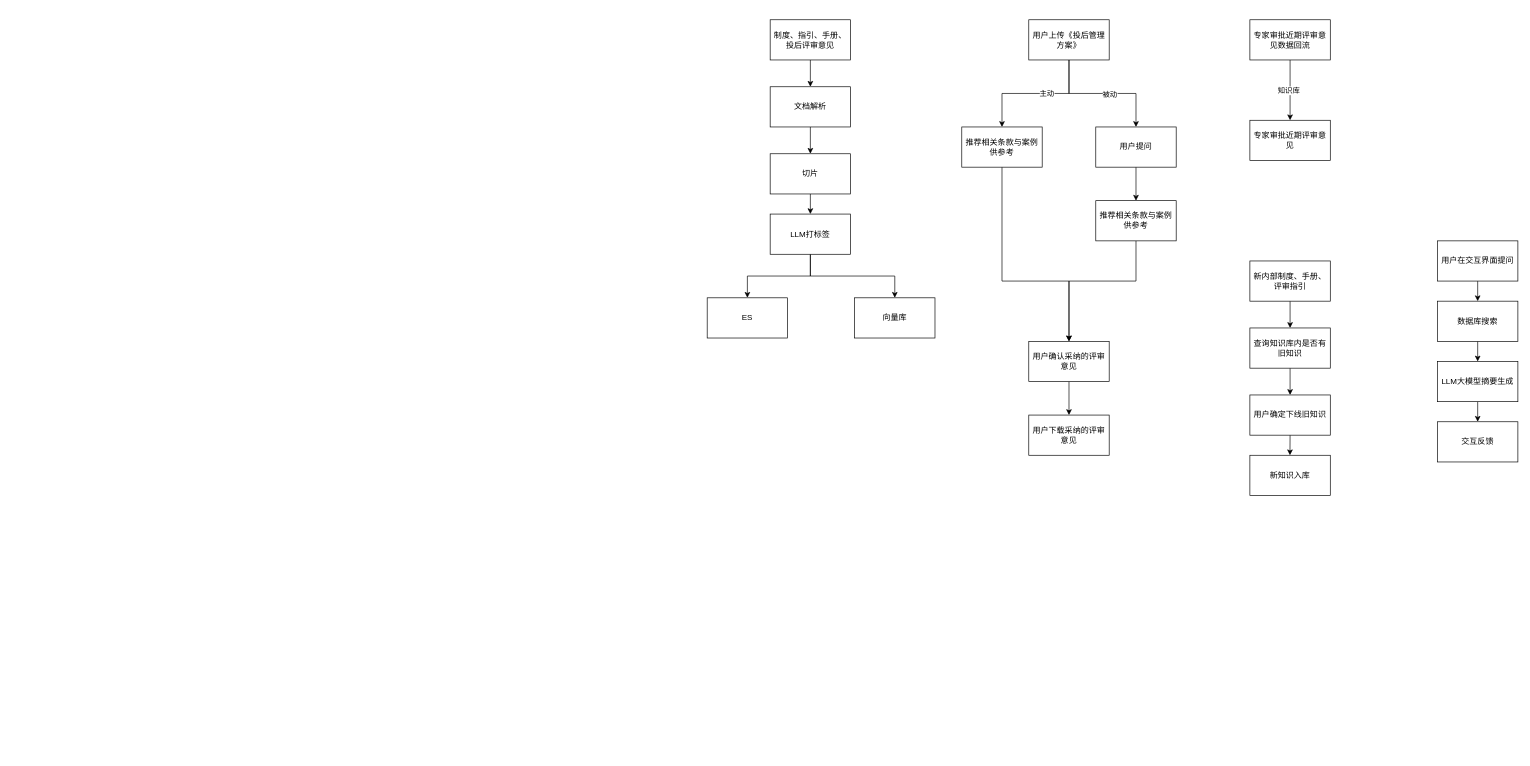
archwolf118/AI keeps this draw.io diagram as 未命名绘图.drawio. Above is the earlier version. Source tidied: cells renumbered, new cells numbered last; positions are measured from the earlier drawing's top-left corner, leaving out a move shared by most shapes. Both pictures are drawn from the tidied source at 67%, with x=0, y=0 at pixel (707, 19).
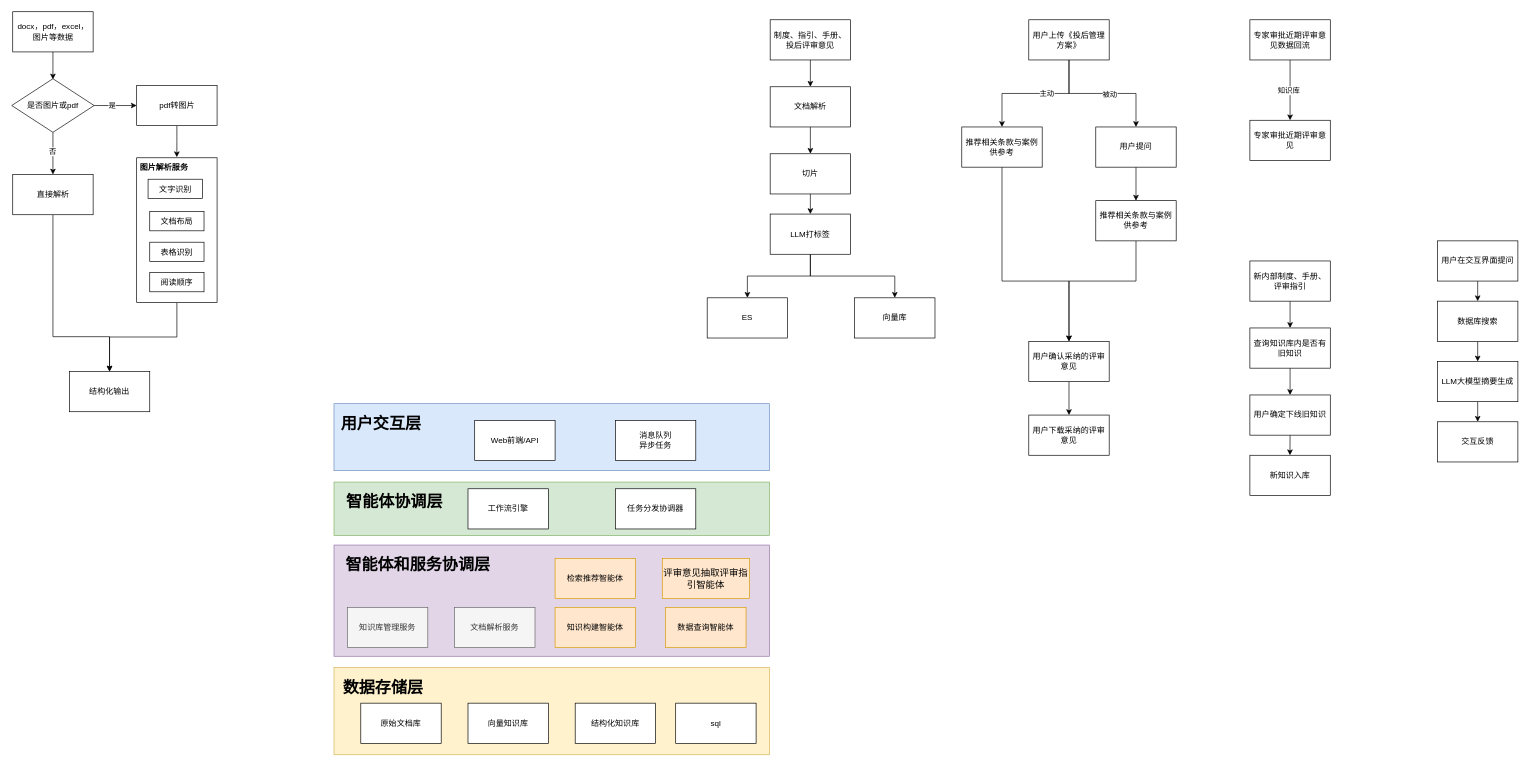
The same page after the edit.

Commit message:
更新未命名绘图.drawio

What changed in the source:
```diff
@@
+    <mxCell id="45" style="rounded=0;whiteSpace=wrap;html=1;align=left;fillColor=#fff2cc;strokeColor=#d6b656;" parent="1" vertex="1">
+      <mxGeometry x="-557" y="967" width="650" height="130" as="geometry" />
+    </mxCell>
+    <mxCell id="46" style="rounded=0;whiteSpace=wrap;html=1;align=left;fillColor=#dae8fc;strokeColor=#6c8ebf;" parent="1" vertex="1">
+      <mxGeometry x="-557" y="573" width="650" height="100" as="geometry" />
+    </mxCell>
@@
+    <mxCell id="47" value="Web前端/API" style="rounded=0;whiteSpace=wrap;html=1;" parent="1" vertex="1">
+      <mxGeometry x="-347" y="598" width="120" height="60" as="geometry" />
+    </mxCell>
+    <mxCell id="48" value="消息队列&lt;br&gt;异步任务" style="rounded=0;whiteSpace=wrap;html=1;" parent="1" vertex="1">
+      <mxGeometry x="-137" y="598" width="120" height="60" as="geometry" />
+    </mxCell>
+    <mxCell id="49" value="用户交互层" style="text;strokeColor=none;fillColor=none;html=1;fontSize=24;fontStyle=1;verticalAlign=middle;align=center;" parent="1" vertex="1">
+      <mxGeometry x="-537" y="583" width="100" height="40" as="geometry" />
+    </mxCell>
+    <mxCell id="50" style="rounded=0;whiteSpace=wrap;html=1;align=left;fillColor=#d5e8d4;strokeColor=#82b366;" parent="1" vertex="1">
+      <mxGeometry x="-557" y="690" width="650" height="80" as="geometry" />
+    </mxCell>
+    <mxCell id="51" value="智能体协调层" style="text;strokeColor=none;fillColor=none;html=1;fontSize=24;fontStyle=1;verticalAlign=middle;align=center;" parent="1" vertex="1">
+      <mxGeometry x="-517" y="700" width="100" height="40" as="geometry" />
+    </mxCell>
+    <mxCell id="52" value="工作流引擎" style="rounded=0;whiteSpace=wrap;html=1;" parent="1" vertex="1">
+      <mxGeometry x="-357" y="700" width="120" height="60" as="geometry" />
+    </mxCell>
+    <mxCell id="53" value="任务分发协调器" style="rounded=0;whiteSpace=wrap;html=1;" parent="1" vertex="1">
+      <mxGeometry x="-137" y="700" width="120" height="60" as="geometry" />
+    </mxCell>
+    <mxCell id="54" style="rounded=0;whiteSpace=wrap;html=1;align=left;fillColor=#e1d5e7;strokeColor=#9673a6;" parent="1" vertex="1">
+      <mxGeometry x="-557" y="784" width="650" height="166" as="geometry" />
+    </mxCell>
+    <mxCell id="55" value="文档解析服务" style="rounded=0;whiteSpace=wrap;html=1;fillColor=#f5f5f5;fontColor=#333333;strokeColor=#666666;" parent="1" vertex="1">
+      <mxGeometry x="-377" y="877" width="120" height="60" as="geometry" />
+    </mxCell>
+    <mxCell id="56" value="知识构建智能体" style="rounded=0;whiteSpace=wrap;html=1;fillColor=#ffe6cc;strokeColor=#d79b00;" parent="1" vertex="1">
+      <mxGeometry x="-227" y="877" width="120" height="60" as="geometry" />
+    </mxCell>
+    <mxCell id="57" value="知识库管理服务" style="rounded=0;whiteSpace=wrap;html=1;fillColor=#f5f5f5;fontColor=#333333;strokeColor=#666666;" parent="1" vertex="1">
+      <mxGeometry x="-537" y="877" width="120" height="60" as="geometry" />
+    </mxCell>
+    <mxCell id="58" value="智能体和服务协调层" style="text;strokeColor=none;fillColor=none;html=1;fontSize=24;fontStyle=1;verticalAlign=middle;align=center;" parent="1" vertex="1">
+      <mxGeometry x="-482" y="794" width="100" height="40" as="geometry" />
+    </mxCell>
+    <mxCell id="59" value="数据存储层" style="text;strokeColor=none;fillColor=none;html=1;fontSize=24;fontStyle=1;verticalAlign=middle;align=center;" parent="1" vertex="1">
+      <mxGeometry x="-534" y="977" width="100" height="40" as="geometry" />
+    </mxCell>
+    <mxCell id="60" value="原始文档库" style="rounded=0;whiteSpace=wrap;html=1;" parent="1" vertex="1">
+      <mxGeometry x="-517" y="1020" width="120" height="60" as="geometry" />
+    </mxCell>
+    <mxCell id="61" value="向量知识库" style="rounded=0;whiteSpace=wrap;html=1;" parent="1" vertex="1">
+      <mxGeometry x="-357" y="1020" width="120" height="60" as="geometry" />
+    </mxCell>
+    <mxCell id="62" value="结构化知识库" style="rounded=0;whiteSpace=wrap;html=1;" parent="1" vertex="1">
+      <mxGeometry x="-197" y="1020" width="120" height="60" as="geometry" />
+    </mxCell>
+    <mxCell id="63" value="sql" style="rounded=0;whiteSpace=wrap;html=1;" parent="1" vertex="1">
+      <mxGeometry x="-47" y="1020" width="120" height="60" as="geometry" />
+    </mxCell>
+    <mxCell id="64" value="检索推荐智能体" style="rounded=0;whiteSpace=wrap;html=1;fillColor=#ffe6cc;strokeColor=#d79b00;" parent="1" vertex="1">
+      <mxGeometry x="-227" y="804" width="120" height="60" as="geometry" />
+    </mxCell>
+    <mxCell id="65" value="&lt;span style=&quot;mso-spacerun:'yes';font-family:宋体;font-size:10.5000pt;&lt;br/&gt;mso-font-kerning:1.0000pt;&quot;&gt;评审意见抽取评审指引智能体&lt;/span&gt;" style="rounded=0;whiteSpace=wrap;html=1;fillColor=#ffe6cc;strokeColor=#d79b00;" parent="1" vertex="1">
+      <mxGeometry x="-67" y="804" width="130" height="60" as="geometry" />
+    </mxCell>
+    <mxCell id="66" value="数据查询智能体" style="rounded=0;whiteSpace=wrap;html=1;fillColor=#ffe6cc;strokeColor=#d79b00;" parent="1" vertex="1">
+      <mxGeometry x="-62" y="877" width="120" height="60" as="geometry" />
+    </mxCell>
+    <mxCell id="67" style="edgeStyle=orthogonalEdgeStyle;rounded=0;jettySize=auto;html=1;exitX=0.5;exitY=1;exitDx=0;exitDy=0;entryX=0.5;entryY=0;entryDx=0;entryDy=0;" parent="1" edge="1" source="68">
+      <mxGeometry relative="1" as="geometry">
+        <mxPoint x="-976.5" y="89" as="targetPoint" />
+      </mxGeometry>
+    </mxCell>
+    <mxCell id="68" value="docx，pdf，excel，图片等数据" style="rounded=0;whiteSpace=wrap;html=1;" parent="1" vertex="1">
+      <mxGeometry x="-1036.5" y="-12" width="120" height="60" as="geometry" />
+    </mxCell>
+    <mxCell id="69" style="edgeStyle=orthogonalEdgeStyle;rounded=0;jettySize=auto;html=1;exitX=1;exitY=0.5;exitDx=0;exitDy=0;entryX=0;entryY=0.5;entryDx=0;entryDy=0;" parent="1" edge="1" source="73" target="75">
+      <mxGeometry relative="1" as="geometry" />
+    </mxCell>
+    <mxCell id="70" value="是" style="edgeLabel;html=1;align=center;verticalAlign=middle;" parent="69" vertex="1">
+      <mxGeometry x="-0.18" y="1" relative="1" as="geometry" />
+    </mxCell>
+    <mxCell id="71" style="edgeStyle=orthogonalEdgeStyle;rounded=0;jettySize=auto;html=1;exitX=0.5;exitY=1;exitDx=0;exitDy=0;entryX=0.5;entryY=0;entryDx=0;entryDy=0;" parent="1" edge="1" source="73" target="84">
+      <mxGeometry relative="1" as="geometry" />
+    </mxCell>
+    <mxCell id="72" value="否" style="edgeLabel;html=1;align=center;verticalAlign=middle;" parent="71" vertex="1">
+      <mxGeometry x="-0.1" y="-1" relative="1" as="geometry" />
+    </mxCell>
+    <mxCell id="73" value="是否图片或pdf" style="rhombus;whiteSpace=wrap;html=1;" parent="1" vertex="1">
+      <mxGeometry x="-1038" y="88" width="123" height="80" as="geometry" />
+    </mxCell>
+    <mxCell id="74" style="edgeStyle=orthogonalEdgeStyle;rounded=0;jettySize=auto;html=1;exitX=0.5;exitY=1;exitDx=0;exitDy=0;" parent="1" edge="1" source="75">
+      <mxGeometry relative="1" as="geometry">
+        <mxPoint x="-791.6" y="205.1" as="targetPoint" />
+      </mxGeometry>
+    </mxCell>
+    <mxCell id="75" value="pdf转图片" style="rounded=0;whiteSpace=wrap;html=1;" parent="1" vertex="1">
+      <mxGeometry x="-851.5" y="98" width="120" height="60" as="geometry" />
+    </mxCell>
+    <mxCell id="76" style="edgeStyle=orthogonalEdgeStyle;rounded=0;jettySize=auto;html=1;exitX=0.5;exitY=1;exitDx=0;exitDy=0;entryX=0.5;entryY=0;entryDx=0;entryDy=0;" parent="1" edge="1" source="77" target="85">
+      <mxGeometry relative="1" as="geometry" />
+    </mxCell>
+    <mxCell id="77" style="rounded=0;whiteSpace=wrap;html=1;" parent="1" vertex="1">
+      <mxGeometry x="-851.5" y="206" width="120" height="216" as="geometry" />
+    </mxCell>
+    <mxCell id="78" value="&lt;font style=&quot;font-size: 12px;&quot;&gt;图片解析服务&lt;/font&gt;" style="text;strokeColor=none;fillColor=none;html=1;fontSize=24;fontStyle=1;verticalAlign=middle;align=center;" parent="1" vertex="1">
+      <mxGeometry x="-890.5" y="196" width="159" height="42" as="geometry" />
+    </mxCell>
+    <mxCell id="79" value="文字识别" style="rounded=0;whiteSpace=wrap;html=1;" parent="1" vertex="1">
+      <mxGeometry x="-834.5" y="238" width="81" height="29" as="geometry" />
+    </mxCell>
+    <mxCell id="80" value="文档布局" style="rounded=0;whiteSpace=wrap;html=1;" parent="1" vertex="1">
+      <mxGeometry x="-832" y="286" width="81" height="29" as="geometry" />
+    </mxCell>
+    <mxCell id="81" value="表格识别" style="rounded=0;whiteSpace=wrap;html=1;" parent="1" vertex="1">
+      <mxGeometry x="-832" y="332" width="81" height="29" as="geometry" />
+    </mxCell>
+    <mxCell id="82" value="阅读顺序" style="rounded=0;whiteSpace=wrap;html=1;" parent="1" vertex="1">
+      <mxGeometry x="-832" y="377" width="81" height="29" as="geometry" />
+    </mxCell>
+    <mxCell id="83" style="edgeStyle=orthogonalEdgeStyle;rounded=0;jettySize=auto;html=1;exitX=0.5;exitY=1;exitDx=0;exitDy=0;" parent="1" edge="1" source="84" target="85">
+      <mxGeometry relative="1" as="geometry">
+        <Array as="points">
+          <mxPoint x="-976" y="473" />
+          <mxPoint x="-892" y="473" />
+        </Array>
+      </mxGeometry>
+    </mxCell>
+    <mxCell id="84" value="直接解析" style="rounded=0;whiteSpace=wrap;html=1;" parent="1" vertex="1">
+      <mxGeometry x="-1036.5" y="231" width="120" height="60" as="geometry" />
+    </mxCell>
+    <mxCell id="85" value="结构化输出" style="rounded=0;whiteSpace=wrap;html=1;" parent="1" vertex="1">
+      <mxGeometry x="-952" y="525" width="120" height="60" as="geometry" />
+    </mxCell>
```
